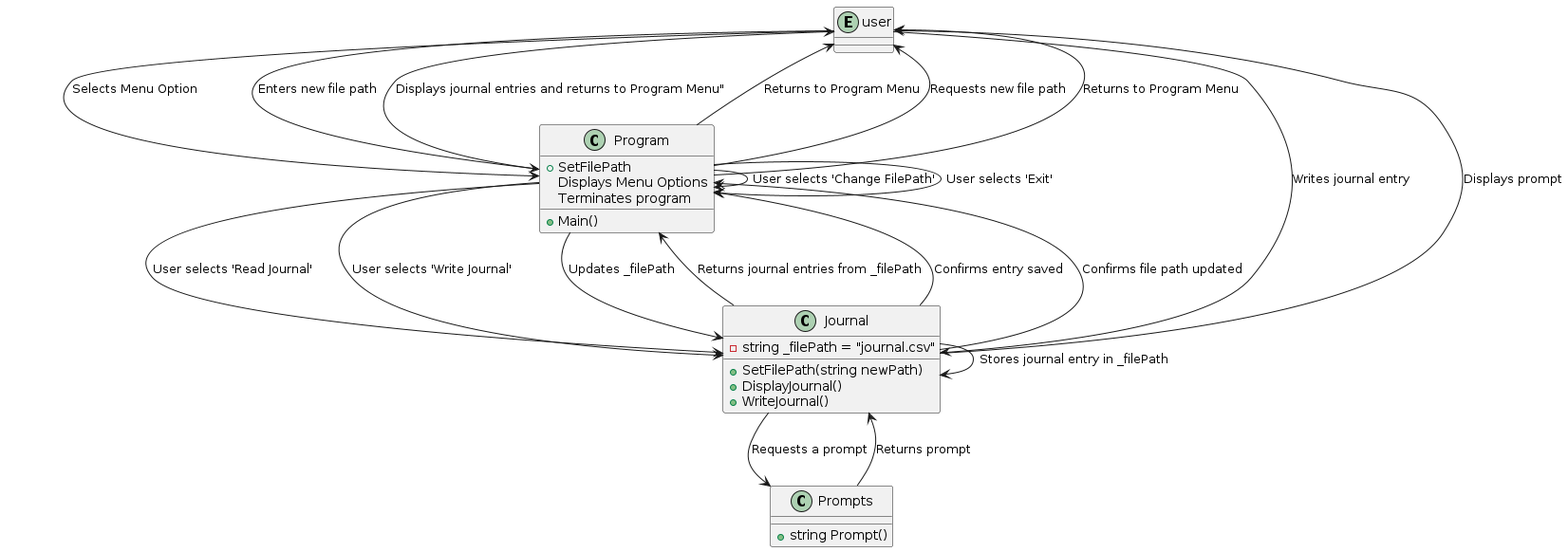
The PlantUML diagram prove/Develop02/journal.plantuml.png in hwalkermerrill/cse210-programming-with-classes, before a commit. Source of this version:
```plantuml
@startuml
entity "user" as User

class Program {
    +Main()
    +SetFilePath
}

class Journal {
    -string _filePath = "journal.csv"
    +SetFilePath(string newPath)
    +DisplayJournal()
    +WriteJournal()
}

class Prompts {
    +string Prompt()
}

Program : Displays Menu Options
User --> Program : "Selects Menu Option"

Program --> Journal : "User selects 'Read Journal'"
Journal --> Program : "Returns journal entries from _filePath"
Program --> User: Displays journal entries and returns to Program Menu"

Program --> Journal : "User selects 'Write Journal'"
Journal --> Prompts : "Requests a prompt"
Prompts --> Journal : "Returns prompt"
Journal --> User : "Displays prompt"
User --> Journal : "Writes journal entry"
Journal --> Journal : "Stores journal entry in _filePath"
Journal --> Program : "Confirms entry saved"
Program --> User : "Returns to Program Menu"

Program --> Program : "User selects 'Change FilePath'"
Program --> User : "Requests new file path"
User --> Program : "Enters new file path"
Program --> Journal : "Updates _filePath"
Journal --> Program : "Confirms file path updated"
Program --> User : "Returns to Program Menu"

Program --> Program : "User selects 'Exit'"
Program : Terminates program
@enduml
```
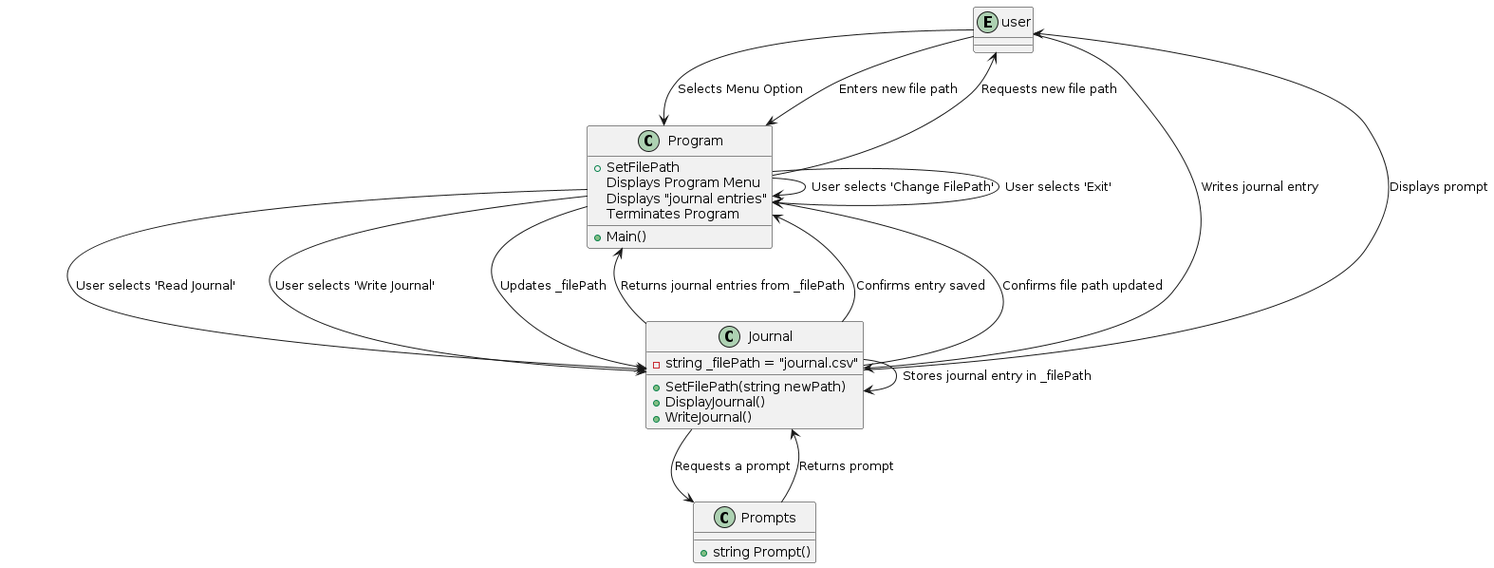
After the commit.

Commit message:
simplify uml

What changed in the source:
```diff
@@ -16,13 +16,12 @@
 class Prompts {
     +string Prompt()
 }
-
-Program : Displays Menu Options
+Program : Displays Program Menu
 User --> Program : "Selects Menu Option"
 
 Program --> Journal : "User selects 'Read Journal'"
 Journal --> Program : "Returns journal entries from _filePath"
-Program --> User: Displays journal entries and returns to Program Menu"
+Program : Displays "journal entries"
 
 Program --> Journal : "User selects 'Write Journal'"
 Journal --> Prompts : "Requests a prompt"
@@ -31,15 +30,13 @@
 User --> Journal : "Writes journal entry"
 Journal --> Journal : "Stores journal entry in _filePath"
 Journal --> Program : "Confirms entry saved"
-Program --> User : "Returns to Program Menu"
 
 Program --> Program : "User selects 'Change FilePath'"
 Program --> User : "Requests new file path"
 User --> Program : "Enters new file path"
 Program --> Journal : "Updates _filePath"
 Journal --> Program : "Confirms file path updated"
-Program --> User : "Returns to Program Menu"
 
 Program --> Program : "User selects 'Exit'"
-Program : Terminates program
+Program : Terminates Program
 @enduml
```
